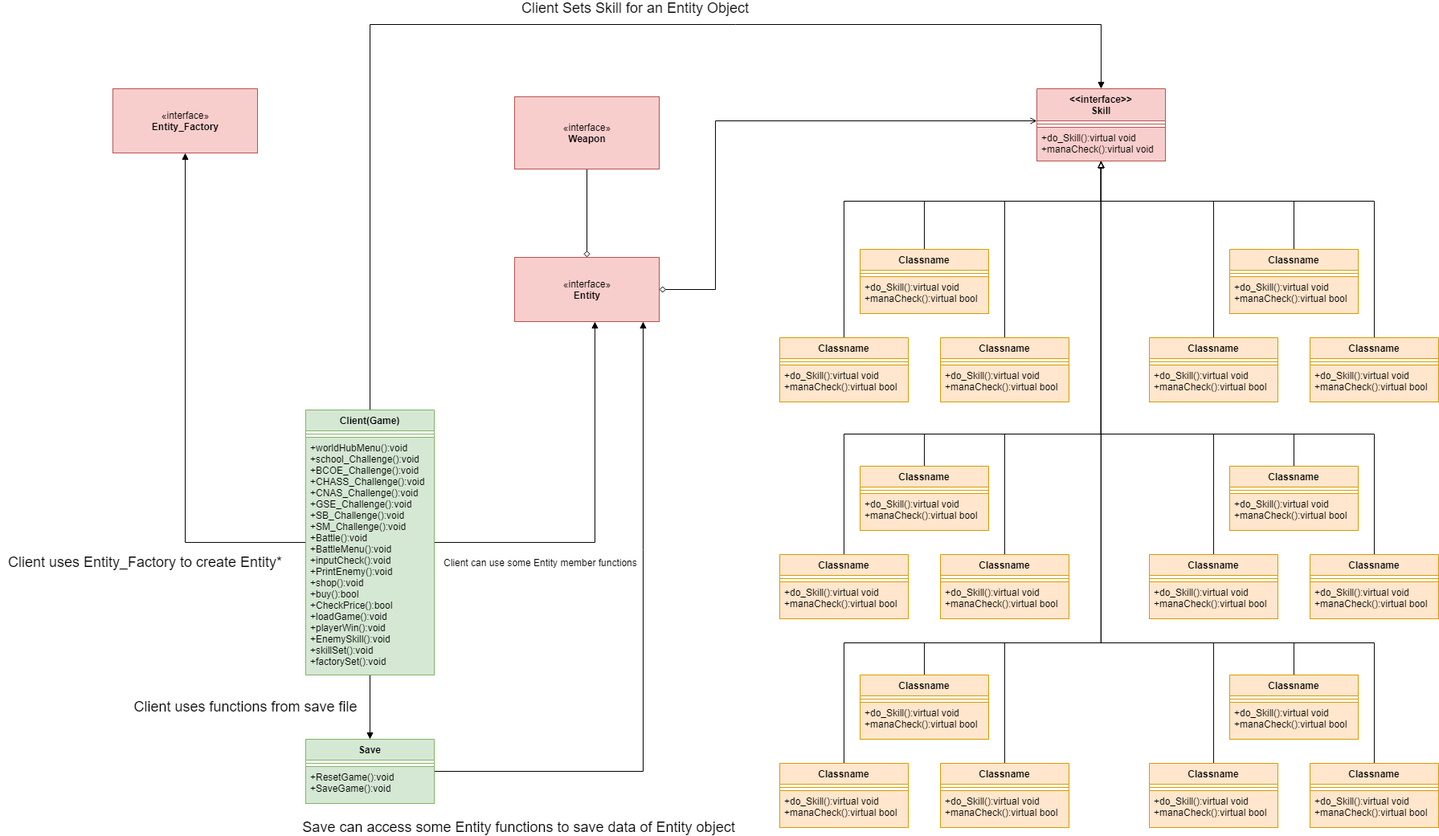
Above: images/CS100_Project_Final_OMT_UML_Diagram(1).png in sandy2304/UCRPG_Project (draw.io), before the change. Source tidied: cells renumbered, new cells last; positions are measured from the earlier drawing's top-left corner, leaving out a move shared by most shapes.
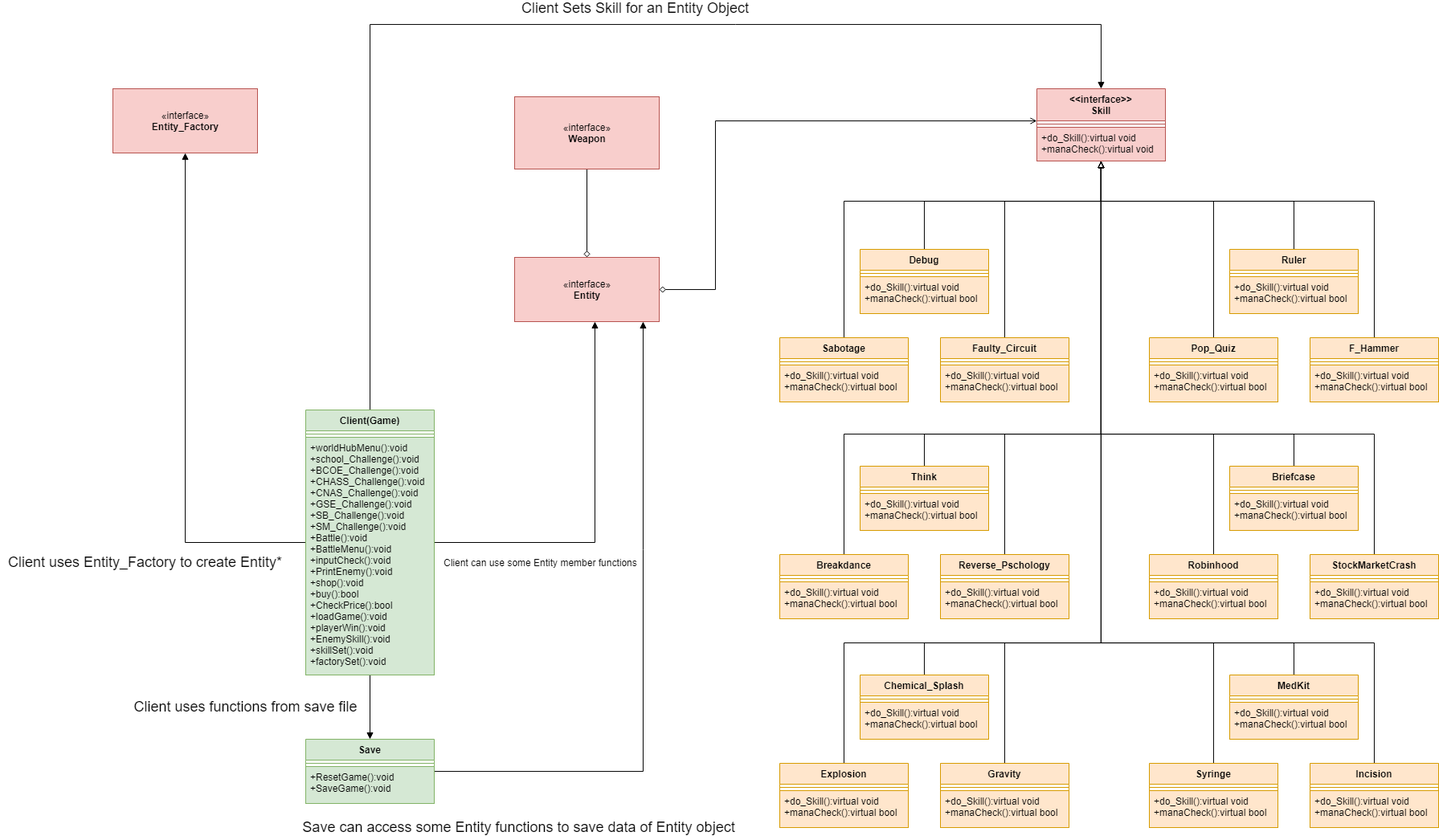
The same file after the commit.

Change to the diagram source:
```diff
@@ -27,7 +27,7 @@
         </Array>
       </mxGeometry>
     </mxCell>
-    <mxCell id="7" value="Classname" style="swimlane;fontStyle=1;align=center;verticalAlign=top;horizontal=1;startSize=26;fillColor=#ffe6cc;strokeColor=#d79b00;" parent="1" vertex="1">
+    <mxCell id="7" value="Debug" style="swimlane;fontStyle=1;align=center;verticalAlign=top;horizontal=1;startSize=26;fillColor=#ffe6cc;strokeColor=#d79b00;" parent="1" vertex="1">
       <mxGeometry x="1070" y="310" width="160" height="80" as="geometry" />
     </mxCell>
     <mxCell id="8" style="line;strokeWidth=1;fillColor=#ffe6cc;align=left;verticalAlign=middle;spacingTop=-1;spacingLeft=3;spacingRight=3;labelPosition=right;strokeColor=#d79b00;" parent="7" vertex="1">
@@ -44,7 +44,7 @@
         </Array>
       </mxGeometry>
     </mxCell>
-    <mxCell id="11" value="Classname" style="swimlane;fontStyle=1;align=center;verticalAlign=top;horizontal=1;startSize=26;fillColor=#ffe6cc;strokeColor=#d79b00;" parent="1" vertex="1">
+    <mxCell id="11" value="Sabotage" style="swimlane;fontStyle=1;align=center;verticalAlign=top;horizontal=1;startSize=26;fillColor=#ffe6cc;strokeColor=#d79b00;" parent="1" vertex="1">
       <mxGeometry x="970" y="420" width="160" height="80" as="geometry" />
     </mxCell>
     <mxCell id="12" style="line;strokeWidth=1;fillColor=#ffe6cc;align=left;verticalAlign=middle;spacingTop=-1;spacingLeft=3;spacingRight=3;labelPosition=right;strokeColor=#d79b00;" parent="11" vertex="1">
@@ -61,7 +61,7 @@
         </Array>
       </mxGeometry>
     </mxCell>
-    <mxCell id="15" value="Classname" style="swimlane;fontStyle=1;align=center;verticalAlign=top;horizontal=1;startSize=26;fillColor=#ffe6cc;strokeColor=#d79b00;" parent="1" vertex="1">
+    <mxCell id="15" value="Faulty_Circuit" style="swimlane;fontStyle=1;align=center;verticalAlign=top;horizontal=1;startSize=26;fillColor=#ffe6cc;strokeColor=#d79b00;" parent="1" vertex="1">
       <mxGeometry x="1170" y="420" width="160" height="80" as="geometry" />
     </mxCell>
     <mxCell id="16" style="line;strokeWidth=1;fillColor=#ffe6cc;align=left;verticalAlign=middle;spacingTop=-1;spacingLeft=3;spacingRight=3;labelPosition=right;strokeColor=#d79b00;" parent="15" vertex="1">
@@ -78,7 +78,7 @@
         </Array>
       </mxGeometry>
     </mxCell>
-    <mxCell id="19" value="Classname" style="swimlane;fontStyle=1;align=center;verticalAlign=top;horizontal=1;startSize=26;fillColor=#ffe6cc;strokeColor=#d79b00;" parent="1" vertex="1">
+    <mxCell id="19" value="Ruler" style="swimlane;fontStyle=1;align=center;verticalAlign=top;horizontal=1;startSize=26;fillColor=#ffe6cc;strokeColor=#d79b00;" parent="1" vertex="1">
       <mxGeometry x="1530" y="310" width="160" height="80" as="geometry" />
     </mxCell>
     <mxCell id="20" style="line;strokeWidth=1;fillColor=#ffe6cc;align=left;verticalAlign=middle;spacingTop=-1;spacingLeft=3;spacingRight=3;labelPosition=right;strokeColor=#d79b00;" parent="19" vertex="1">
@@ -95,7 +95,7 @@
         </Array>
       </mxGeometry>
     </mxCell>
-    <mxCell id="23" value="Classname" style="swimlane;fontStyle=1;align=center;verticalAlign=top;horizontal=1;startSize=26;fillColor=#ffe6cc;strokeColor=#d79b00;" parent="1" vertex="1">
+    <mxCell id="23" value="Pop_Quiz" style="swimlane;fontStyle=1;align=center;verticalAlign=top;horizontal=1;startSize=26;fillColor=#ffe6cc;strokeColor=#d79b00;" parent="1" vertex="1">
       <mxGeometry x="1430" y="420" width="160" height="80" as="geometry" />
     </mxCell>
     <mxCell id="24" style="line;strokeWidth=1;fillColor=#ffe6cc;align=left;verticalAlign=middle;spacingTop=-1;spacingLeft=3;spacingRight=3;labelPosition=right;strokeColor=#d79b00;" parent="23" vertex="1">
@@ -112,7 +112,7 @@
         </Array>
       </mxGeometry>
     </mxCell>
-    <mxCell id="27" value="Classname" style="swimlane;fontStyle=1;align=center;verticalAlign=top;horizontal=1;startSize=26;fillColor=#ffe6cc;strokeColor=#d79b00;" parent="1" vertex="1">
+    <mxCell id="27" value="F_Hammer" style="swimlane;fontStyle=1;align=center;verticalAlign=top;horizontal=1;startSize=26;fillColor=#ffe6cc;strokeColor=#d79b00;" parent="1" vertex="1">
       <mxGeometry x="1630" y="420" width="160" height="80" as="geometry" />
     </mxCell>
     <mxCell id="28" style="line;strokeWidth=1;fillColor=#ffe6cc;align=left;verticalAlign=middle;spacingTop=-1;spacingLeft=3;spacingRight=3;labelPosition=right;strokeColor=#d79b00;" parent="27" vertex="1">
@@ -129,7 +129,7 @@
         </Array>
       </mxGeometry>
     </mxCell>
-    <mxCell id="31" value="Classname" style="swimlane;fontStyle=1;align=center;verticalAlign=top;horizontal=1;startSize=26;fillColor=#ffe6cc;strokeColor=#d79b00;" parent="1" vertex="1">
+    <mxCell id="31" value="Think" style="swimlane;fontStyle=1;align=center;verticalAlign=top;horizontal=1;startSize=26;fillColor=#ffe6cc;strokeColor=#d79b00;" parent="1" vertex="1">
       <mxGeometry x="1070" y="580" width="160" height="80" as="geometry" />
     </mxCell>
     <mxCell id="32" style="line;strokeWidth=1;fillColor=#ffe6cc;align=left;verticalAlign=middle;spacingTop=-1;spacingLeft=3;spacingRight=3;labelPosition=right;strokeColor=#d79b00;" parent="31" vertex="1">
@@ -146,7 +146,7 @@
         </Array>
       </mxGeometry>
     </mxCell>
-    <mxCell id="35" value="Classname" style="swimlane;fontStyle=1;align=center;verticalAlign=top;horizontal=1;startSize=26;fillColor=#ffe6cc;strokeColor=#d79b00;" parent="1" vertex="1">
+    <mxCell id="35" value="Breakdance" style="swimlane;fontStyle=1;align=center;verticalAlign=top;horizontal=1;startSize=26;fillColor=#ffe6cc;strokeColor=#d79b00;" parent="1" vertex="1">
       <mxGeometry x="970" y="690" width="160" height="80" as="geometry" />
     </mxCell>
     <mxCell id="36" style="line;strokeWidth=1;fillColor=#ffe6cc;align=left;verticalAlign=middle;spacingTop=-1;spacingLeft=3;spacingRight=3;labelPosition=right;strokeColor=#d79b00;" parent="35" vertex="1">
@@ -163,7 +163,7 @@
         </Array>
       </mxGeometry>
     </mxCell>
-    <mxCell id="39" value="Classname" style="swimlane;fontStyle=1;align=center;verticalAlign=top;horizontal=1;startSize=26;fillColor=#ffe6cc;strokeColor=#d79b00;" parent="1" vertex="1">
+    <mxCell id="39" value="Reverse_Pschology" style="swimlane;fontStyle=1;align=center;verticalAlign=top;horizontal=1;startSize=26;fillColor=#ffe6cc;strokeColor=#d79b00;" parent="1" vertex="1">
       <mxGeometry x="1170" y="690" width="160" height="80" as="geometry" />
     </mxCell>
     <mxCell id="40" style="line;strokeWidth=1;fillColor=#ffe6cc;align=left;verticalAlign=middle;spacingTop=-1;spacingLeft=3;spacingRight=3;labelPosition=right;strokeColor=#d79b00;" parent="39" vertex="1">
@@ -180,7 +180,7 @@
         </Array>
       </mxGeometry>
     </mxCell>
-    <mxCell id="43" value="Classname" style="swimlane;fontStyle=1;align=center;verticalAlign=top;horizontal=1;startSize=26;fillColor=#ffe6cc;strokeColor=#d79b00;" parent="1" vertex="1">
+    <mxCell id="43" value="Briefcase" style="swimlane;fontStyle=1;align=center;verticalAlign=top;horizontal=1;startSize=26;fillColor=#ffe6cc;strokeColor=#d79b00;" parent="1" vertex="1">
       <mxGeometry x="1530" y="580" width="160" height="80" as="geometry" />
     </mxCell>
     <mxCell id="44" style="line;strokeWidth=1;fillColor=#ffe6cc;align=left;verticalAlign=middle;spacingTop=-1;spacingLeft=3;spacingRight=3;labelPosition=right;strokeColor=#d79b00;" parent="43" vertex="1">
@@ -197,7 +197,7 @@
         </Array>
       </mxGeometry>
     </mxCell>
-    <mxCell id="47" value="Classname" style="swimlane;fontStyle=1;align=center;verticalAlign=top;horizontal=1;startSize=26;fillColor=#ffe6cc;strokeColor=#d79b00;" parent="1" vertex="1">
+    <mxCell id="47" value="Robinhood" style="swimlane;fontStyle=1;align=center;verticalAlign=top;horizontal=1;startSize=26;fillColor=#ffe6cc;strokeColor=#d79b00;" parent="1" vertex="1">
       <mxGeometry x="1430" y="690" width="160" height="80" as="geometry" />
     </mxCell>
     <mxCell id="48" style="line;strokeWidth=1;fillColor=#ffe6cc;align=left;verticalAlign=middle;spacingTop=-1;spacingLeft=3;spacingRight=3;labelPosition=right;strokeColor=#d79b00;" parent="47" vertex="1">
@@ -214,7 +214,7 @@
         </Array>
       </mxGeometry>
     </mxCell>
-    <mxCell id="51" value="Classname" style="swimlane;fontStyle=1;align=center;verticalAlign=top;horizontal=1;startSize=26;fillColor=#ffe6cc;strokeColor=#d79b00;" parent="1" vertex="1">
+    <mxCell id="51" value="StockMarketCrash" style="swimlane;fontStyle=1;align=center;verticalAlign=top;horizontal=1;startSize=26;fillColor=#ffe6cc;strokeColor=#d79b00;" parent="1" vertex="1">
       <mxGeometry x="1630" y="690" width="160" height="80" as="geometry" />
     </mxCell>
     <mxCell id="52" style="line;strokeWidth=1;fillColor=#ffe6cc;align=left;verticalAlign=middle;spacingTop=-1;spacingLeft=3;spacingRight=3;labelPosition=right;strokeColor=#d79b00;" parent="51" vertex="1">
@@ -231,7 +231,7 @@
         </Array>
       </mxGeometry>
     </mxCell>
-    <mxCell id="55" value="Classname" style="swimlane;fontStyle=1;align=center;verticalAlign=top;horizontal=1;startSize=26;fillColor=#ffe6cc;strokeColor=#d79b00;" parent="1" vertex="1">
+    <mxCell id="55" value="Chemical_Splash" style="swimlane;fontStyle=1;align=center;verticalAlign=top;horizontal=1;startSize=26;fillColor=#ffe6cc;strokeColor=#d79b00;" parent="1" vertex="1">
       <mxGeometry x="1070" y="840" width="160" height="80" as="geometry" />
     </mxCell>
     <mxCell id="56" style="line;strokeWidth=1;fillColor=#ffe6cc;align=left;verticalAlign=middle;spacingTop=-1;spacingLeft=3;spacingRight=3;labelPosition=right;strokeColor=#d79b00;" parent="55" vertex="1">
@@ -248,7 +248,7 @@
         </Array>
       </mxGeometry>
     </mxCell>
-    <mxCell id="59" value="Classname" style="swimlane;fontStyle=1;align=center;verticalAlign=top;horizontal=1;startSize=26;fillColor=#ffe6cc;strokeColor=#d79b00;" parent="1" vertex="1">
+    <mxCell id="59" value="Explosion" style="swimlane;fontStyle=1;align=center;verticalAlign=top;horizontal=1;startSize=26;fillColor=#ffe6cc;strokeColor=#d79b00;" parent="1" vertex="1">
       <mxGeometry x="970" y="950" width="160" height="80" as="geometry" />
     </mxCell>
     <mxCell id="60" style="line;strokeWidth=1;fillColor=#ffe6cc;align=left;verticalAlign=middle;spacingTop=-1;spacingLeft=3;spacingRight=3;labelPosition=right;strokeColor=#d79b00;" parent="59" vertex="1">
@@ -265,7 +265,7 @@
         </Array>
       </mxGeometry>
     </mxCell>
-    <mxCell id="63" value="Classname" style="swimlane;fontStyle=1;align=center;verticalAlign=top;horizontal=1;startSize=26;fillColor=#ffe6cc;strokeColor=#d79b00;" parent="1" vertex="1">
+    <mxCell id="63" value="Gravity" style="swimlane;fontStyle=1;align=center;verticalAlign=top;horizontal=1;startSize=26;fillColor=#ffe6cc;strokeColor=#d79b00;" parent="1" vertex="1">
       <mxGeometry x="1170" y="950" width="160" height="80" as="geometry" />
     </mxCell>
     <mxCell id="64" style="line;strokeWidth=1;fillColor=#ffe6cc;align=left;verticalAlign=middle;spacingTop=-1;spacingLeft=3;spacingRight=3;labelPosition=right;strokeColor=#d79b00;" parent="63" vertex="1">
@@ -282,7 +282,7 @@
         </Array>
       </mxGeometry>
     </mxCell>
-    <mxCell id="67" value="Classname" style="swimlane;fontStyle=1;align=center;verticalAlign=top;horizontal=1;startSize=26;fillColor=#ffe6cc;strokeColor=#d79b00;" parent="1" vertex="1">
+    <mxCell id="67" value="MedKit" style="swimlane;fontStyle=1;align=center;verticalAlign=top;horizontal=1;startSize=26;fillColor=#ffe6cc;strokeColor=#d79b00;" parent="1" vertex="1">
       <mxGeometry x="1530" y="840" width="160" height="80" as="geometry" />
     </mxCell>
     <mxCell id="68" style="line;strokeWidth=1;fillColor=#ffe6cc;align=left;verticalAlign=middle;spacingTop=-1;spacingLeft=3;spacingRight=3;labelPosition=right;strokeColor=#d79b00;" parent="67" vertex="1">
@@ -299,7 +299,7 @@
         </Array>
       </mxGeometry>
     </mxCell>
-    <mxCell id="71" value="Classname" style="swimlane;fontStyle=1;align=center;verticalAlign=top;horizontal=1;startSize=26;fillColor=#ffe6cc;strokeColor=#d79b00;" parent="1" vertex="1">
+    <mxCell id="71" value="Syringe" style="swimlane;fontStyle=1;align=center;verticalAlign=top;horizontal=1;startSize=26;fillColor=#ffe6cc;strokeColor=#d79b00;" parent="1" vertex="1">
       <mxGeometry x="1430" y="950" width="160" height="80" as="geometry" />
     </mxCell>
     <mxCell id="72" style="line;strokeWidth=1;fillColor=#ffe6cc;align=left;verticalAlign=middle;spacingTop=-1;spacingLeft=3;spacingRight=3;labelPosition=right;strokeColor=#d79b00;" parent="71" vertex="1">
@@ -316,7 +316,7 @@
         </Array>
       </mxGeometry>
     </mxCell>
-    <mxCell id="75" value="Classname" style="swimlane;fontStyle=1;align=center;verticalAlign=top;horizontal=1;startSize=26;fillColor=#ffe6cc;strokeColor=#d79b00;" parent="1" vertex="1">
+    <mxCell id="75" value="Incision" style="swimlane;fontStyle=1;align=center;verticalAlign=top;horizontal=1;startSize=26;fillColor=#ffe6cc;strokeColor=#d79b00;" parent="1" vertex="1">
       <mxGeometry x="1630" y="950" width="160" height="80" as="geometry" />
     </mxCell>
     <mxCell id="76" style="line;strokeWidth=1;fillColor=#ffe6cc;align=left;verticalAlign=middle;spacingTop=-1;spacingLeft=3;spacingRight=3;labelPosition=right;strokeColor=#d79b00;" parent="75" vertex="1">
```
